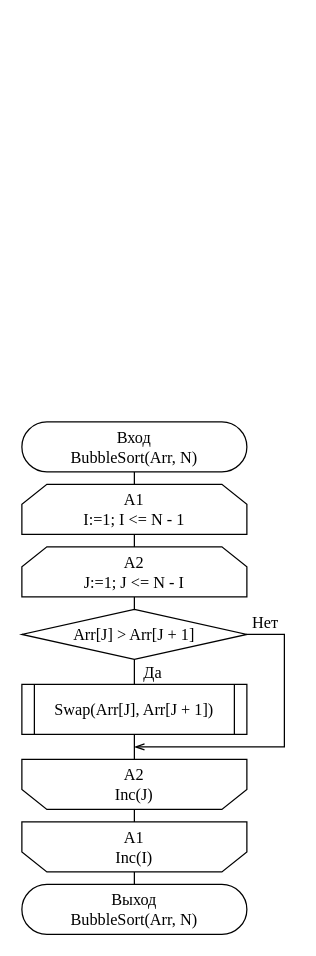
Above: page "Страница 4" (3 of 3) of OAiP/Lab 2.7/Scheme/1.drawio in Hummel009/Delphi-Projects (draw.io), before the change. Source tidied: cells renumbered, new cells numbered last; positions are measured from the earlier drawing's top-left corner, leaving out a move shared by most shapes. Both pictures are drawn from the tidied source at 125%, with x=0, y=0 at pixel (21, 421).
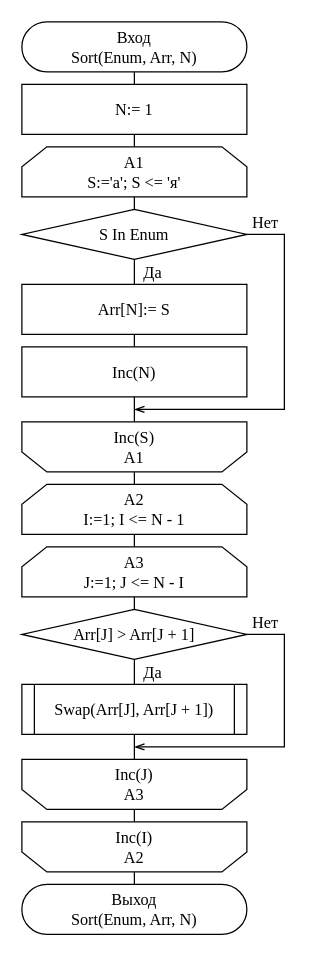
The same page after the edit.

Change to the diagram source:
```diff
@@
-    <mxCell id="2" value="Вход&lt;br style=&quot;font-size: 13px&quot;&gt;BubbleSort(Arr, N)" style="rounded=1;whiteSpace=wrap;html=1;arcSize=50;fontFamily=Times New Roman;fontSize=13;verticalAlign=middle;align=center;" parent="1" vertex="1">
-      <mxGeometry width="180" height="40" as="geometry" />
+    <mxCell id="2" value="Вход&lt;br style=&quot;font-size: 13px&quot;&gt;Sort(Enum, Arr, N)" style="rounded=1;whiteSpace=wrap;html=1;arcSize=50;fontFamily=Times New Roman;fontSize=13;verticalAlign=middle;align=center;" parent="1" vertex="1">
+      <mxGeometry y="-320" width="180" height="40" as="geometry" />
     </mxCell>
-    <mxCell id="3" value="Выход&lt;br style=&quot;font-size: 13px&quot;&gt;BubbleSort(Arr, N)" style="rounded=1;whiteSpace=wrap;html=1;arcSize=50;fontFamily=Times New Roman;fontSize=13;verticalAlign=middle;align=center;" parent="1" vertex="1">
+    <mxCell id="3" value="Выход&lt;br style=&quot;font-size: 13px&quot;&gt;Sort(Enum, Arr, N)" style="rounded=1;whiteSpace=wrap;html=1;arcSize=50;fontFamily=Times New Roman;fontSize=13;verticalAlign=middle;align=center;" parent="1" vertex="1">
       <mxGeometry y="370" width="180" height="40" as="geometry" />
     </mxCell>
@@
-    <mxCell id="5" value="A1&lt;br&gt;I:=1; I &amp;lt;= N - 1" style="shape=loopLimit;whiteSpace=wrap;html=1;rounded=0;strokeWidth=1;fontFamily=Times New Roman;fontSize=13;align=center;verticalAlign=middle;" parent="1" vertex="1">
+    <mxCell id="5" value="A2&lt;br style=&quot;font-size: 13px;&quot;&gt;I:=1; I &amp;lt;= N - 1" style="shape=loopLimit;whiteSpace=wrap;html=1;rounded=0;strokeWidth=1;fontFamily=Times New Roman;fontSize=13;align=center;verticalAlign=middle;" parent="1" vertex="1">
       <mxGeometry y="50" width="180" height="40" as="geometry" />
     </mxCell>
-    <mxCell id="6" value="A1&lt;br&gt;Inc(I)" style="shape=loopLimit;whiteSpace=wrap;html=1;rounded=0;strokeWidth=1;direction=west;fontFamily=Times New Roman;fontSize=13;align=center;verticalAlign=middle;" parent="1" vertex="1">
+    <mxCell id="6" value="Inc(I)&lt;br style=&quot;font-size: 13px;&quot;&gt;A2" style="shape=loopLimit;whiteSpace=wrap;html=1;rounded=0;strokeWidth=1;direction=west;fontFamily=Times New Roman;fontSize=13;align=center;verticalAlign=middle;" parent="1" vertex="1">
       <mxGeometry y="320" width="180" height="40" as="geometry" />
     </mxCell>
-    <mxCell id="7" value="A2&lt;br style=&quot;font-size: 13px;&quot;&gt;J:=1; J &amp;lt;= N - I" style="shape=loopLimit;whiteSpace=wrap;html=1;rounded=0;strokeWidth=1;fontFamily=Times New Roman;fontSize=13;align=center;verticalAlign=middle;" parent="1" vertex="1">
+    <mxCell id="7" value="A3&lt;br style=&quot;font-size: 13px&quot;&gt;J:=1; J &amp;lt;= N - I" style="shape=loopLimit;whiteSpace=wrap;html=1;rounded=0;strokeWidth=1;fontFamily=Times New Roman;fontSize=13;align=center;verticalAlign=middle;" parent="1" vertex="1">
       <mxGeometry y="100" width="180" height="40" as="geometry" />
     </mxCell>
@@
-    <mxCell id="13" value="A2&lt;br style=&quot;font-size: 13px&quot;&gt;Inc(J)" style="shape=loopLimit;whiteSpace=wrap;html=1;rounded=0;strokeWidth=1;direction=west;fontFamily=Times New Roman;fontSize=13;align=center;verticalAlign=middle;" parent="1" vertex="1">
+    <mxCell id="13" value="Inc(J)&lt;br style=&quot;font-size: 13px;&quot;&gt;A3" style="shape=loopLimit;whiteSpace=wrap;html=1;rounded=0;strokeWidth=1;direction=west;fontFamily=Times New Roman;fontSize=13;align=center;verticalAlign=middle;" parent="1" vertex="1">
       <mxGeometry y="270" width="180" height="40" as="geometry" />
     </mxCell>
@@
+    <mxCell id="17" value="N:= 1" style="rounded=0;whiteSpace=wrap;html=1;fontSize=13;fontFamily=Times New Roman;" parent="1" vertex="1">
+      <mxGeometry y="-270" width="180" height="40" as="geometry" />
+    </mxCell>
+    <mxCell id="18" value="A1&lt;br style=&quot;font-size: 13px;&quot;&gt;S:='а'; S &amp;lt;= 'я'" style="shape=loopLimit;whiteSpace=wrap;html=1;rounded=0;strokeWidth=1;fontFamily=Times New Roman;fontSize=13;align=center;verticalAlign=middle;" parent="1" vertex="1">
+      <mxGeometry y="-220" width="180" height="40" as="geometry" />
+    </mxCell>
+    <mxCell id="19" value="S In Enum" style="rhombus;whiteSpace=wrap;html=1;rounded=0;strokeWidth=1;fontFamily=Times New Roman;fontSize=13;" parent="1" vertex="1">
+      <mxGeometry y="-170" width="180" height="40" as="geometry" />
+    </mxCell>
+    <mxCell id="20" value="Arr[N]:= S" style="rounded=0;whiteSpace=wrap;html=1;fontSize=13;fontFamily=Times New Roman;" parent="1" vertex="1">
+      <mxGeometry y="-110" width="180" height="40" as="geometry" />
+    </mxCell>
+    <mxCell id="21" value="Inc(N)" style="rounded=0;whiteSpace=wrap;html=1;fontSize=13;fontFamily=Times New Roman;" parent="1" vertex="1">
+      <mxGeometry y="-60" width="180" height="40" as="geometry" />
+    </mxCell>
+    <mxCell id="22" value="Inc(S)&lt;br style=&quot;font-size: 13px&quot;&gt;A1" style="shape=loopLimit;whiteSpace=wrap;html=1;rounded=0;strokeWidth=1;direction=west;fontFamily=Times New Roman;fontSize=13;" parent="1" vertex="1">
+      <mxGeometry width="180" height="40" as="geometry" />
+    </mxCell>
+    <mxCell id="23" style="endArrow=openThin;html=1;fontFamily=Times New Roman;fontSize=13;endFill=0;rounded=0;edgeStyle=orthogonalEdgeStyle;align=center;verticalAlign=middle;" parent="1" edge="1">
+      <mxGeometry relative="1" as="geometry">
+        <mxPoint x="180" y="-150" as="sourcePoint" />
+        <mxPoint x="90" y="-10" as="targetPoint" />
+        <Array as="points">
+          <mxPoint x="180" y="-150" />
+          <mxPoint x="210" y="-150" />
+          <mxPoint x="210" y="-10" />
+        </Array>
+      </mxGeometry>
+    </mxCell>
+    <mxCell id="24" value="Да" style="text;html=1;strokeColor=none;fillColor=none;align=center;verticalAlign=middle;whiteSpace=wrap;rounded=0;fontFamily=Times New Roman;fontSize=13;" parent="1" vertex="1">
+      <mxGeometry x="90" y="-130" width="30" height="20" as="geometry" />
+    </mxCell>
+    <mxCell id="25" value="Нет" style="text;html=1;strokeColor=none;fillColor=none;align=center;verticalAlign=middle;whiteSpace=wrap;rounded=0;fontFamily=Times New Roman;fontSize=13;" parent="1" vertex="1">
+      <mxGeometry x="180" y="-170" width="30" height="20" as="geometry" />
+    </mxCell>
```
